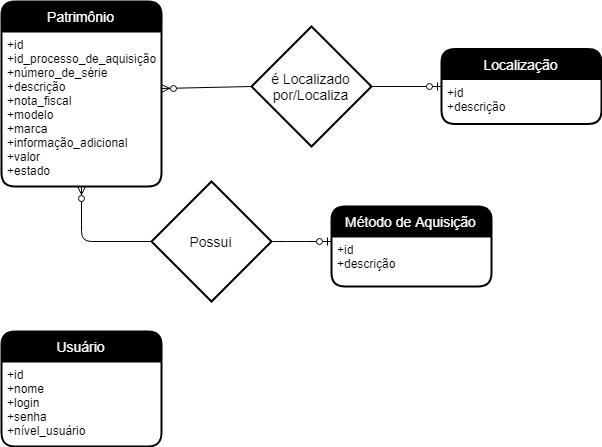
The draw.io diagram Diagramas/DER.png in gabrielfelicidade/patrimonio-docs, before a commit. Source tidied: cells renumbered, new cells last; positions are measured from the earlier drawing's top-left corner, leaving out a move shared by most shapes.
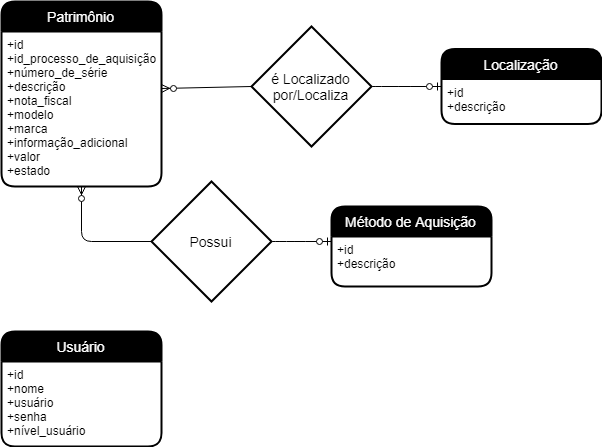
Later version of the same file.

The edit, as a diff of the source:
```diff
@@ -23,7 +23,7 @@
     <mxCell id="8" value="Usuário" style="swimlane;horizontal=1;startSize=30;fillColor=#000000;fontColor=#FFFFFF;rounded=1;fontSize=14;fontStyle=0;strokeWidth=2;shadow=0;dashed=0;align=center;" parent="1" vertex="1">
       <mxGeometry y="330" width="160" height="115" as="geometry" />
     </mxCell>
-    <mxCell id="9" value="+id&#10;+nome&#10;+login&#10;+senha&#10;+nível_usuário&#10;" style="align=left;strokeColor=none;fillColor=none;spacingLeft=4;fontSize=12;verticalAlign=top;" parent="8" vertex="1">
+    <mxCell id="9" value="+id&#10;+nome&#10;+usuário&#10;+senha&#10;+nível_usuário&#10;" style="align=left;strokeColor=none;fillColor=none;spacingLeft=4;fontSize=12;verticalAlign=top;" parent="8" vertex="1">
       <mxGeometry y="30" width="160" height="85" as="geometry" />
     </mxCell>
     <mxCell id="10" value="é Localizado por/Localiza" style="shape=rhombus;strokeWidth=2;fontSize=17;perimeter=rhombusPerimeter;whiteSpace=wrap;html=1;align=center;fontSize=14;fillColor=none;" parent="1" vertex="1">
```
